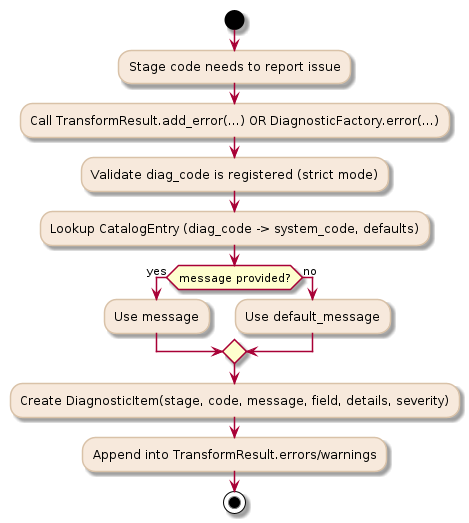
Above: docs/uml/pipeline/diagnostic_layer/diagnostic_layer_activity.png in xORex-LC/nexus-etl (PlantUML), before the change. Its source is kept beside it as docs/uml/pipeline/diagnostic_layer/diagnostic_layer_activity.puml.
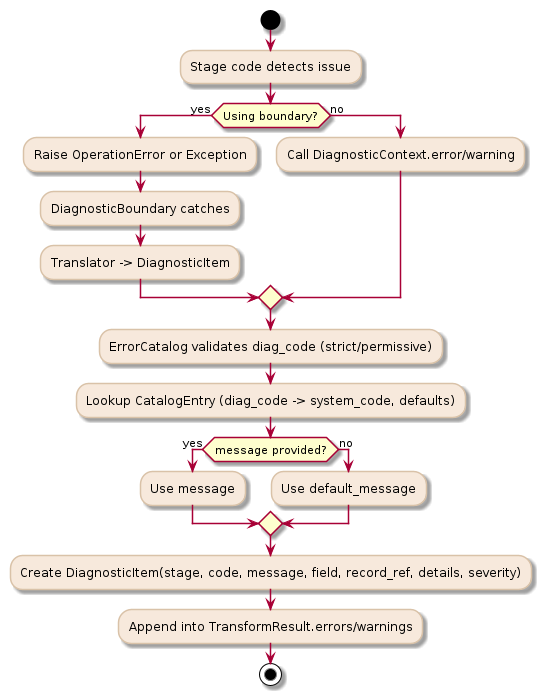
Later version of the same file.

Change to the diagram source:
```diff
@@ -5,16 +5,22 @@
 skinparam ActivityBackgroundColor #f7e9dc
 skinparam ActivityBorderColor #d9c2a8
 start
-:Stage code needs to report issue;
-:Call TransformResult.add_error(...) OR DiagnosticFactory.error(...);
-:Validate diag_code is registered (strict mode);
+:Stage code detects issue;
+if (Using boundary?) then (yes)
+  :Raise OperationError or Exception;
+  :DiagnosticBoundary catches;
+  :Translator -> DiagnosticItem;
+else (no)
+  :Call DiagnosticContext.error/warning;
+endif
+:ErrorCatalog validates diag_code (strict/permissive);
 :Lookup CatalogEntry (diag_code -> system_code, defaults);
 if (message provided?) then (yes)
   :Use message;
 else (no)
   :Use default_message;
 endif
-:Create DiagnosticItem(stage, code, message, field, details, severity);
+:Create DiagnosticItem(stage, code, message, field, record_ref, details, severity);
 :Append into TransformResult.errors/warnings;
 stop
 @enduml
```
